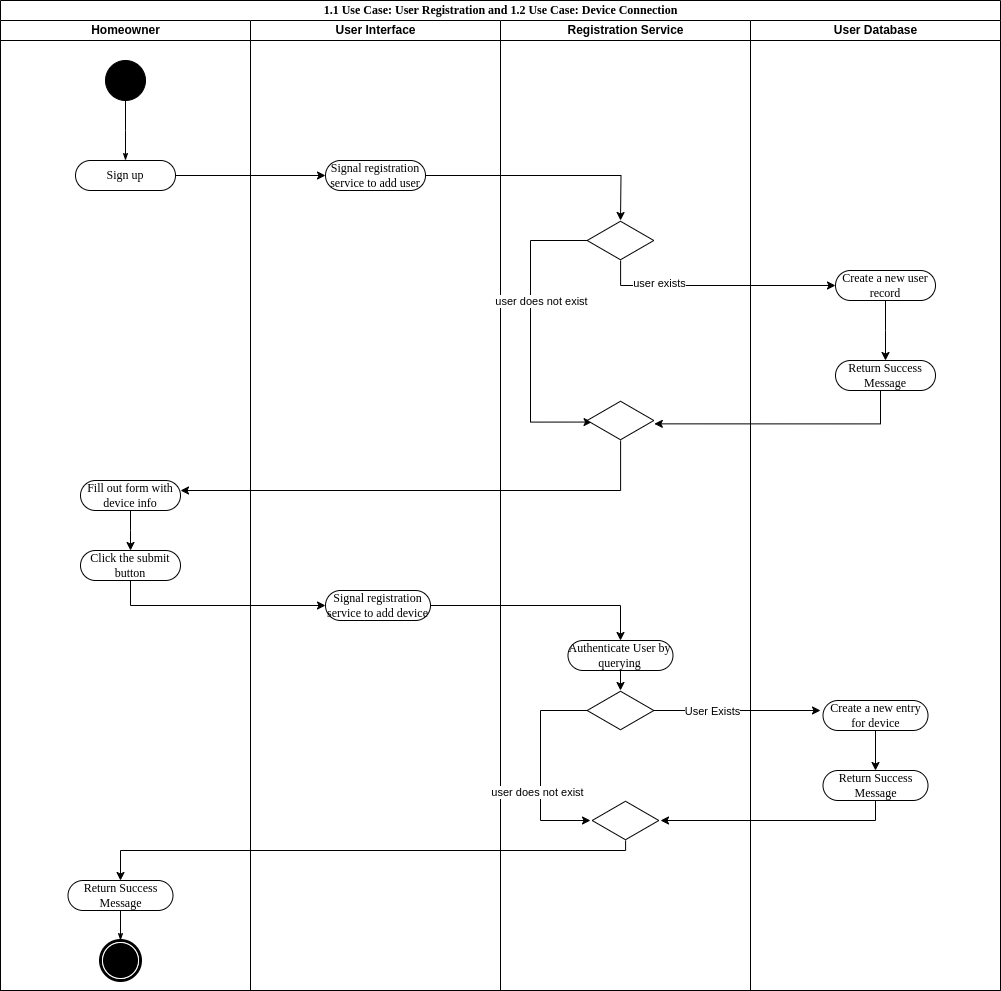
Before: Activity_RegistrationMicroservice.png, a diagram exported from draw.io (uvic-teach/project-m1-team15). Source tidied: cells renumbered, new cells last; positions are measured from the earlier drawing's top-left corner, leaving out a move shared by most shapes.
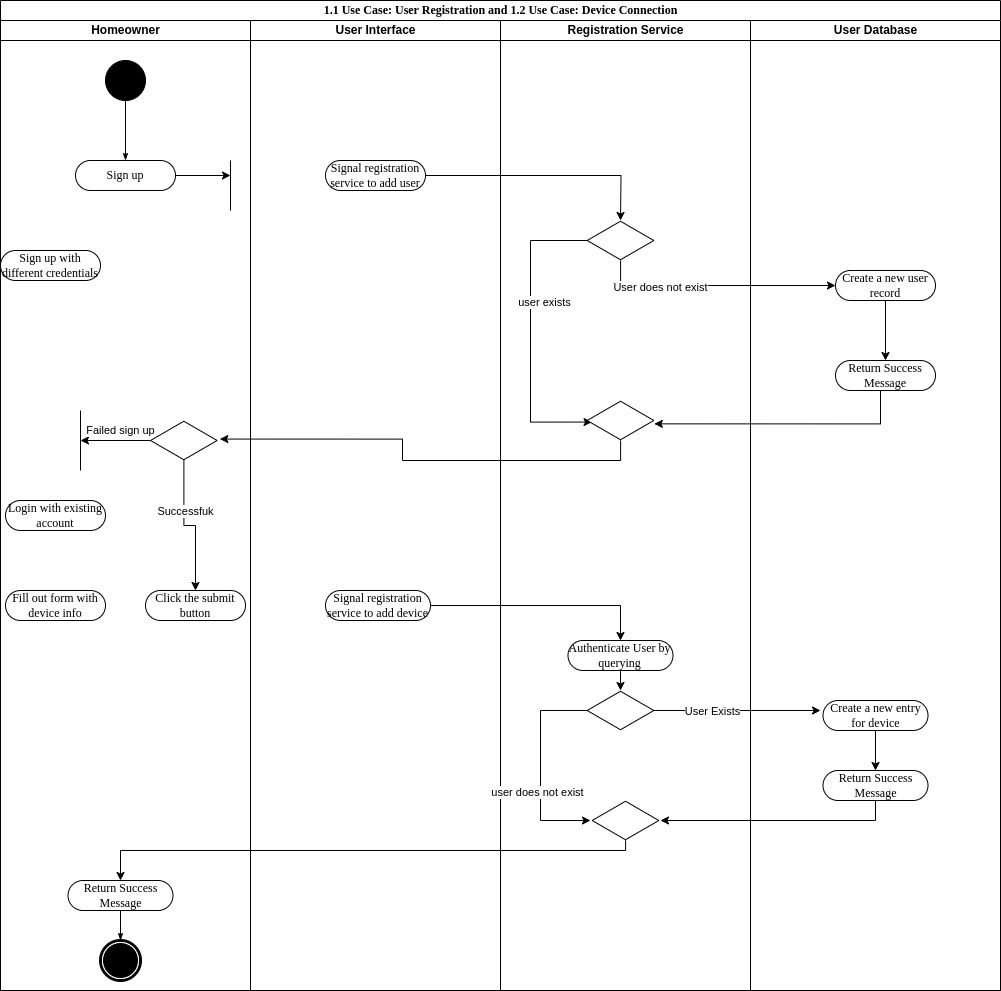
Above is the later version.

What changed in the source:
```diff
@@ -14,16 +14,11 @@
     <mxCell id="5" value="Sign up" style="rounded=1;whiteSpace=wrap;html=1;shadow=0;comic=0;labelBackgroundColor=none;strokeWidth=1;fontFamily=Verdana;fontSize=12;align=center;arcSize=50;" parent="3" vertex="1">
       <mxGeometry x="75" y="140" width="100" height="30" as="geometry" />
     </mxCell>
-    <mxCell id="6" style="edgeStyle=orthogonalEdgeStyle;rounded=0;jettySize=auto;html=1;" parent="3" edge="1" source="7">
-      <mxGeometry relative="1" as="geometry">
-        <mxPoint x="130" y="530" as="targetPoint" />
-      </mxGeometry>
-    </mxCell>
     <mxCell id="7" value="Fill out form with device info" style="rounded=1;whiteSpace=wrap;html=1;shadow=0;comic=0;labelBackgroundColor=none;strokeWidth=1;fontFamily=Verdana;fontSize=12;align=center;arcSize=50;" parent="3" vertex="1">
-      <mxGeometry x="80" y="460" width="100" height="30" as="geometry" />
+      <mxGeometry x="5" y="570" width="100" height="30" as="geometry" />
     </mxCell>
     <mxCell id="8" value="Click the submit button" style="rounded=1;whiteSpace=wrap;html=1;shadow=0;comic=0;labelBackgroundColor=none;strokeWidth=1;fontFamily=Verdana;fontSize=12;align=center;arcSize=50;" parent="3" vertex="1">
-      <mxGeometry x="80" y="530" width="100" height="30" as="geometry" />
+      <mxGeometry x="145" y="570" width="100" height="30" as="geometry" />
     </mxCell>
     <mxCell id="9" value="Return Success Message" style="rounded=1;whiteSpace=wrap;html=1;shadow=0;comic=0;labelBackgroundColor=none;strokeWidth=1;fontFamily=Verdana;fontSize=12;align=center;arcSize=50;" parent="3" vertex="1">
       <mxGeometry x="67.5" y="860" width="105" height="30" as="geometry" />
@@ -34,6 +29,43 @@
     <mxCell id="11" style="edgeStyle=none;rounded=0;html=1;labelBackgroundColor=none;startArrow=none;startFill=0;startSize=5;endArrow=classicThin;endFill=1;endSize=5;jettySize=auto;strokeWidth=1;fontFamily=Verdana;fontSize=12;exitX=0.5;exitY=1;exitDx=0;exitDy=0;" parent="3" edge="1" source="9" target="10">
       <mxGeometry relative="1" as="geometry" />
     </mxCell>
+    <mxCell id="46" style="edgeStyle=orthogonalEdgeStyle;rounded=0;jettySize=auto;html=1;" parent="3" edge="1" source="50">
+      <mxGeometry relative="1" as="geometry">
+        <mxPoint x="80" y="420" as="targetPoint" />
+      </mxGeometry>
+    </mxCell>
+    <mxCell id="47" value="Failed sign up" style="edgeLabel;html=1;align=center;verticalAlign=middle;" parent="46" vertex="1">
+      <mxGeometry x="-0.12" y="-1" relative="1" as="geometry">
+        <mxPoint x="1" y="-9" as="offset" />
+      </mxGeometry>
+    </mxCell>
+    <mxCell id="48" style="edgeStyle=orthogonalEdgeStyle;rounded=0;jettySize=auto;html=1;entryX=0.5;entryY=0;entryDx=0;entryDy=0;" parent="3" edge="1" source="50" target="8">
+      <mxGeometry relative="1" as="geometry" />
+    </mxCell>
+    <mxCell id="49" value="Successfuk" style="edgeLabel;html=1;align=center;verticalAlign=middle;" parent="48" vertex="1">
+      <mxGeometry x="-0.29" y="1" relative="1" as="geometry" />
+    </mxCell>
+    <mxCell id="50" style="html=1;whiteSpace=wrap;shape=isoRectangle;" parent="3" vertex="1">
+      <mxGeometry x="150" y="400" width="66.7" height="40" as="geometry" />
+    </mxCell>
+    <mxCell id="51" value="Sign up with different credentials" style="rounded=1;whiteSpace=wrap;html=1;shadow=0;comic=0;labelBackgroundColor=none;strokeWidth=1;fontFamily=Verdana;fontSize=12;align=center;arcSize=50;" parent="3" vertex="1">
+      <mxGeometry y="230" width="100" height="30" as="geometry" />
+    </mxCell>
+    <mxCell id="52" style="endArrow=none;html=1;rounded=0;" parent="3" edge="1">
+      <mxGeometry relative="1" as="geometry">
+        <mxPoint x="230" y="190" as="sourcePoint" />
+        <mxPoint x="230" y="140" as="targetPoint" />
+      </mxGeometry>
+    </mxCell>
+    <mxCell id="53" value="Login with existing account" style="rounded=1;whiteSpace=wrap;html=1;shadow=0;comic=0;labelBackgroundColor=none;strokeWidth=1;fontFamily=Verdana;fontSize=12;align=center;arcSize=50;" parent="3" vertex="1">
+      <mxGeometry x="5" y="480" width="100" height="30" as="geometry" />
+    </mxCell>
+    <mxCell id="54" style="endArrow=none;html=1;rounded=0;" parent="3" edge="1">
+      <mxGeometry relative="1" as="geometry">
+        <mxPoint x="80" y="450" as="sourcePoint" />
+        <mxPoint x="80" y="390" as="targetPoint" />
+      </mxGeometry>
+    </mxCell>
     <mxCell id="12" value="User Interface" style="swimlane;html=1;startSize=20;" parent="2" vertex="1">
       <mxGeometry x="250" y="20" width="250" height="970" as="geometry" />
     </mxCell>
@@ -54,23 +86,14 @@
         </Array>
       </mxGeometry>
     </mxCell>
-    <mxCell id="17" value="user does not exist" style="edgeLabel;html=1;align=center;verticalAlign=middle;" parent="16" vertex="1">
+    <mxCell id="17" value="user exists" style="edgeLabel;html=1;align=center;verticalAlign=middle;" parent="16" vertex="1">
       <mxGeometry x="-0.23" y="-4" relative="1" as="geometry">
-        <mxPoint x="14" y="2" as="offset" />
+        <mxPoint x="17" y="3" as="offset" />
       </mxGeometry>
     </mxCell>
     <mxCell id="18" style="html=1;whiteSpace=wrap;shape=isoRectangle;" parent="15" vertex="1">
       <mxGeometry x="86.7" y="200" width="66.7" height="40" as="geometry" />
     </mxCell>
-    <mxCell id="19" style="edgeStyle=orthogonalEdgeStyle;rounded=0;jettySize=auto;html=1;" parent="15" edge="1" source="20">
-      <mxGeometry relative="1" as="geometry">
-        <mxPoint x="-320" y="470" as="targetPoint" />
-        <Array as="points">
-          <mxPoint x="120" y="470" />
-          <mxPoint x="-319" y="470" />
-        </Array>
-      </mxGeometry>
-    </mxCell>
     <mxCell id="20" style="html=1;whiteSpace=wrap;shape=isoRectangle;" parent="15" vertex="1">
       <mxGeometry x="86.7" y="380" width="66.7" height="40" as="geometry" />
     </mxCell>
@@ -111,21 +134,16 @@
         <mxPoint x="125" y="160" as="targetPoint" />
       </mxGeometry>
     </mxCell>
-    <mxCell id="30" style="edgeStyle=orthogonalEdgeStyle;rounded=0;jettySize=auto;html=1;entryX=0;entryY=0.5;entryDx=0;entryDy=0;" parent="2" edge="1" source="5" target="13">
-      <mxGeometry relative="1" as="geometry" />
+    <mxCell id="30" style="edgeStyle=orthogonalEdgeStyle;rounded=0;jettySize=auto;html=1;" parent="2" edge="1" source="5">
+      <mxGeometry relative="1" as="geometry">
+        <mxPoint x="230" y="175" as="targetPoint" />
+      </mxGeometry>
     </mxCell>
     <mxCell id="31" style="edgeStyle=orthogonalEdgeStyle;rounded=0;jettySize=auto;html=1;" parent="2" edge="1" source="13">
       <mxGeometry relative="1" as="geometry">
         <mxPoint x="620" y="220" as="targetPoint" />
       </mxGeometry>
     </mxCell>
-    <mxCell id="32" style="edgeStyle=orthogonalEdgeStyle;rounded=0;jettySize=auto;html=1;entryX=0;entryY=0.5;entryDx=0;entryDy=0;" parent="2" edge="1" source="8" target="14">
-      <mxGeometry relative="1" as="geometry">
-        <Array as="points">
-          <mxPoint x="130" y="605" />
-        </Array>
-      </mxGeometry>
-    </mxCell>
     <mxCell id="33" style="edgeStyle=orthogonalEdgeStyle;rounded=0;jettySize=auto;html=1;entryX=0.5;entryY=0;entryDx=0;entryDy=0;" parent="2" edge="1" source="14" target="22">
       <mxGeometry relative="1" as="geometry" />
     </mxCell>
@@ -137,6 +155,15 @@
         </Array>
       </mxGeometry>
     </mxCell>
+    <mxCell id="55" style="edgeStyle=orthogonalEdgeStyle;rounded=0;jettySize=auto;html=1;entryX=1.04;entryY=0.464;entryDx=0;entryDy=0;entryPerimeter=0;" parent="2" edge="1" source="20" target="50">
+      <mxGeometry relative="1" as="geometry">
+        <Array as="points">
+          <mxPoint x="620" y="460" />
+          <mxPoint x="402" y="460" />
+          <mxPoint x="402" y="439" />
+        </Array>
+      </mxGeometry>
+    </mxCell>
     <mxCell id="35" value="User Database" style="swimlane;html=1;startSize=20;" parent="1" vertex="1">
       <mxGeometry x="750" y="20" width="250" height="970" as="geometry" />
     </mxCell>
@@ -175,9 +202,9 @@
         </Array>
       </mxGeometry>
     </mxCell>
-    <mxCell id="44" value="user exists" style="edgeLabel;html=1;align=center;verticalAlign=middle;" parent="43" vertex="1">
-      <mxGeometry x="-0.47" y="3" relative="1" as="geometry" />
-    </mxCell>
+    <mxCell id="56" value="User does not exist" style="edgeLabel;html=1;align=center;verticalAlign=middle;" parent="43" vertex="1">
+      <mxGeometry x="-0.47" y="-1" relative="1" as="geometry" />
+    </mxCell>
     <mxCell id="45" style="edgeStyle=orthogonalEdgeStyle;rounded=0;jettySize=auto;html=1;entryX=1.007;entryY=0.584;entryDx=0;entryDy=0;entryPerimeter=0;" parent="1" edge="1" source="38" target="20">
       <mxGeometry relative="1" as="geometry">
         <Array as="points">
```
